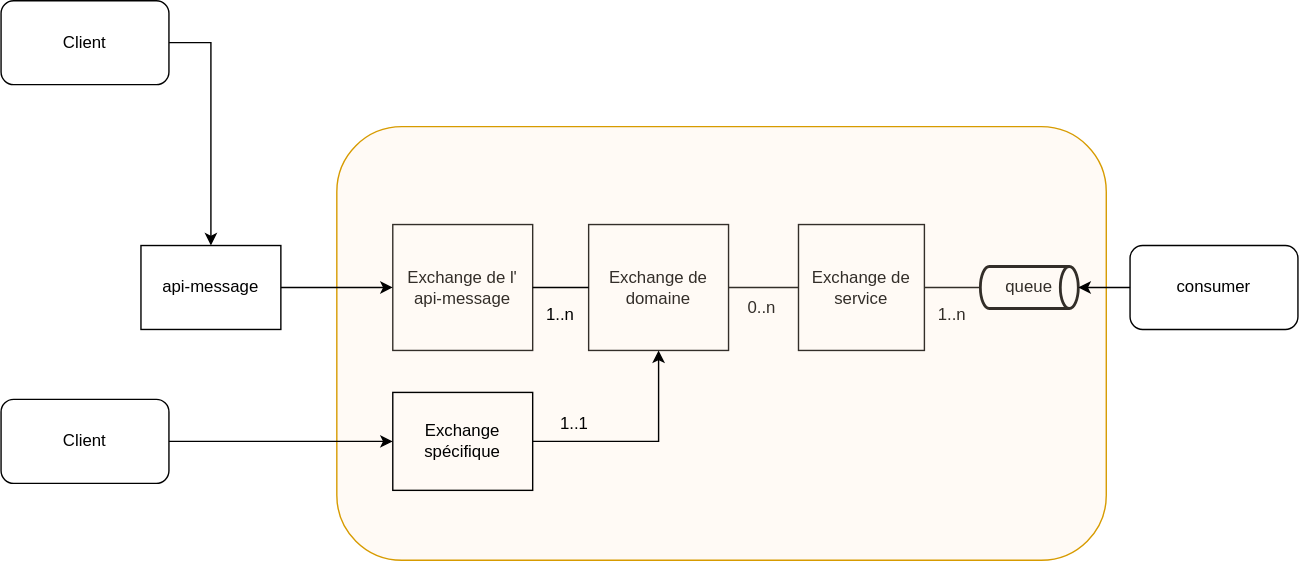
Above: drawio/AE.svg in sarraz1/csau (draw.io), before the change. Source tidied: cells renumbered, new cells last; positions are measured from the earlier drawing's top-left corner, leaving out a move shared by most shapes. Its diagram source:
```xml
<mxGraphModel>
  <root>
    <mxCell id="0" />
    <mxCell id="1" parent="0" />
    <mxCell id="2" value="Exchange de service" style="rounded=0;whiteSpace=wrap;html=1;" parent="1" vertex="1">
      <mxGeometry x="570" y="160" width="90" height="90" as="geometry" />
    </mxCell>
    <mxCell id="3" value="Exchange de domaine" style="rounded=0;whiteSpace=wrap;html=1;" parent="1" vertex="1">
      <mxGeometry x="420" y="160" width="100" height="90" as="geometry" />
    </mxCell>
    <mxCell id="4" value="Exchange de l'&lt;div&gt;api-message&lt;/div&gt;" style="rounded=0;whiteSpace=wrap;html=1;" parent="1" vertex="1">
      <mxGeometry x="280" y="160" width="100" height="90" as="geometry" />
    </mxCell>
    <mxCell id="5" style="endArrow=none;html=1;rounded=0;entryX=0;entryY=0.5;entryDx=0;entryDy=0;exitX=1;exitY=0.5;exitDx=0;exitDy=0;" parent="1" edge="1" source="3" target="2">
      <mxGeometry relative="1" as="geometry" />
    </mxCell>
    <mxCell id="6" value="0..n" style="text;html=1;align=center;verticalAlign=middle;whiteSpace=wrap;rounded=0;" parent="1" vertex="1">
      <mxGeometry x="514" y="205" width="60" height="30" as="geometry" />
    </mxCell>
    <mxCell id="7" value="queue" style="strokeWidth=2;html=1;shape=mxgraph.flowchart.direct_data;whiteSpace=wrap;" parent="1" vertex="1">
      <mxGeometry x="700" y="190" width="70" height="30" as="geometry" />
    </mxCell>
    <mxCell id="8" value="1..n" style="text;html=1;align=center;verticalAlign=middle;whiteSpace=wrap;rounded=0;" parent="1" vertex="1">
      <mxGeometry x="650" y="210" width="60" height="30" as="geometry" />
    </mxCell>
    <mxCell id="9" style="endArrow=none;html=1;rounded=0;entryX=0;entryY=0.5;entryDx=0;entryDy=0;entryPerimeter=0;exitX=1;exitY=0.5;exitDx=0;exitDy=0;" parent="1" edge="1" source="2" target="7">
      <mxGeometry relative="1" as="geometry" />
    </mxCell>
    <mxCell id="10" style="rounded=1;whiteSpace=wrap;html=1;fillColor=#ffe6cc;strokeColor=#d79b00;strokeOpacity=100;fillOpacity=20;" parent="1" vertex="1">
      <mxGeometry x="240" y="90" width="550" height="310" as="geometry" />
    </mxCell>
    <mxCell id="11" style="endArrow=none;html=1;rounded=0;exitX=1;exitY=0.5;exitDx=0;exitDy=0;entryX=0;entryY=0.5;entryDx=0;entryDy=0;" parent="1" edge="1" source="4" target="3">
      <mxGeometry relative="1" as="geometry" />
    </mxCell>
    <mxCell id="12" value="1..n" style="text;html=1;align=center;verticalAlign=middle;whiteSpace=wrap;rounded=0;" parent="1" vertex="1">
      <mxGeometry x="370" y="210" width="60" height="30" as="geometry" />
    </mxCell>
    <mxCell id="13" style="edgeStyle=orthogonalEdgeStyle;rounded=0;jettySize=auto;html=1;" parent="1" edge="1" source="14" target="3">
      <mxGeometry relative="1" as="geometry" />
    </mxCell>
    <mxCell id="14" value="Exchange spécifique" style="rounded=0;whiteSpace=wrap;html=1;fillColor=none;" parent="1" vertex="1">
      <mxGeometry x="280" y="280" width="100" height="70" as="geometry" />
    </mxCell>
    <mxCell id="15" style="edgeStyle=orthogonalEdgeStyle;rounded=0;orthogonalLoop=1;jettySize=auto;html=1;exitX=0.5;exitY=1;exitDx=0;exitDy=0;" parent="1" edge="1" source="14" target="14">
      <mxGeometry relative="1" as="geometry" />
    </mxCell>
    <mxCell id="16" style="edgeStyle=orthogonalEdgeStyle;rounded=0;jettySize=auto;html=1;" parent="1" edge="1" source="17" target="4">
      <mxGeometry relative="1" as="geometry" />
    </mxCell>
    <mxCell id="17" value="api-message" style="rounded=0;whiteSpace=wrap;html=1;" parent="1" vertex="1">
      <mxGeometry x="100" y="175" width="100" height="60" as="geometry" />
    </mxCell>
    <mxCell id="18" style="edgeStyle=orthogonalEdgeStyle;rounded=0;jettySize=auto;html=1;exitX=1;exitY=0.5;exitDx=0;exitDy=0;" parent="1" edge="1" source="19" target="17">
      <mxGeometry relative="1" as="geometry" />
    </mxCell>
    <mxCell id="19" value="Client" style="rounded=1;whiteSpace=wrap;html=1;" parent="1" vertex="1">
      <mxGeometry width="120" height="60" as="geometry" />
    </mxCell>
    <mxCell id="20" style="edgeStyle=orthogonalEdgeStyle;rounded=0;jettySize=auto;html=1;exitX=1;exitY=0.5;exitDx=0;exitDy=0;" parent="1" edge="1" source="21" target="14">
      <mxGeometry relative="1" as="geometry" />
    </mxCell>
    <mxCell id="21" value="Client" style="rounded=1;whiteSpace=wrap;html=1;" parent="1" vertex="1">
      <mxGeometry y="285" width="120" height="60" as="geometry" />
    </mxCell>
    <mxCell id="22" value="1..1" style="text;html=1;align=center;verticalAlign=middle;whiteSpace=wrap;rounded=0;" parent="1" vertex="1">
      <mxGeometry x="380" y="290" width="60" height="25" as="geometry" />
    </mxCell>
    <mxCell id="23" value="consumer" style="rounded=1;whiteSpace=wrap;html=1;" parent="1" vertex="1">
      <mxGeometry x="807" y="175" width="120" height="60" as="geometry" />
    </mxCell>
    <mxCell id="24" style="edgeStyle=orthogonalEdgeStyle;rounded=0;jettySize=auto;html=1;entryX=1;entryY=0.5;entryDx=0;entryDy=0;entryPerimeter=0;" parent="1" edge="1" source="23" target="7">
      <mxGeometry relative="1" as="geometry" />
    </mxCell>
  </root>
</mxGraphModel>
```
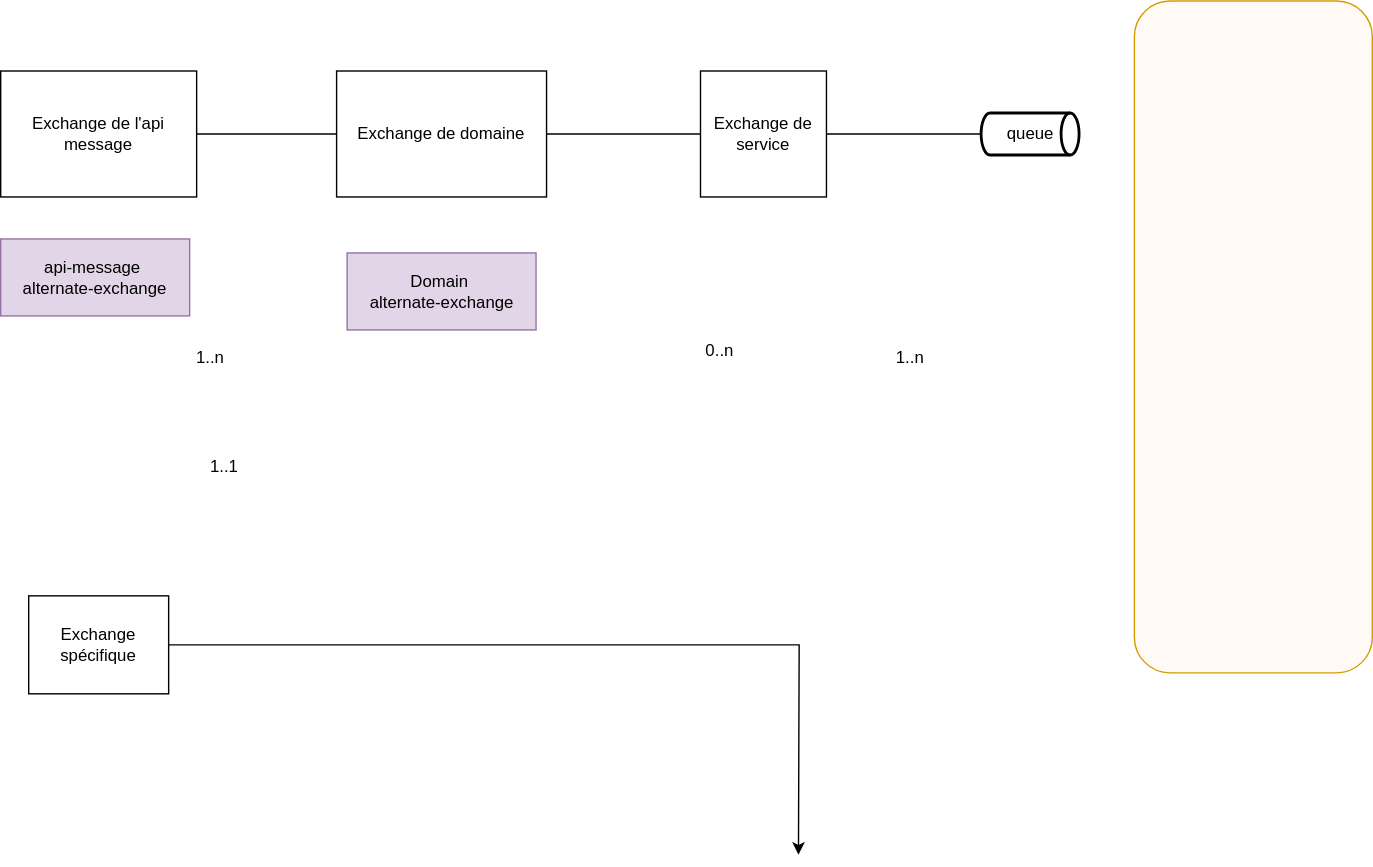
Above is the later version.

Commit message:
Mettre à jour AE.svg

Change to the diagram source:
```diff
@@ -3,73 +3,57 @@
     <mxCell id="0" />
     <mxCell id="1" parent="0" />
     <mxCell id="2" value="Exchange de service" style="rounded=0;whiteSpace=wrap;html=1;" parent="1" vertex="1">
-      <mxGeometry x="570" y="160" width="90" height="90" as="geometry" />
+      <mxGeometry x="750" y="20" width="90" height="90" as="geometry" />
     </mxCell>
     <mxCell id="3" value="Exchange de domaine" style="rounded=0;whiteSpace=wrap;html=1;" parent="1" vertex="1">
-      <mxGeometry x="420" y="160" width="100" height="90" as="geometry" />
+      <mxGeometry x="490" y="20" width="150" height="90" as="geometry" />
     </mxCell>
-    <mxCell id="4" value="Exchange de l'&lt;div&gt;api-message&lt;/div&gt;" style="rounded=0;whiteSpace=wrap;html=1;" parent="1" vertex="1">
-      <mxGeometry x="280" y="160" width="100" height="90" as="geometry" />
+    <mxCell id="4" value="&lt;div&gt;&lt;span style=&quot;background-color: transparent; color: light-dark(rgb(0, 0, 0), rgb(255, 255, 255));&quot;&gt;api-message&amp;nbsp;&lt;/span&gt;&lt;/div&gt;&lt;div&gt;&lt;span style=&quot;background-color: transparent; color: light-dark(rgb(0, 0, 0), rgb(255, 255, 255));&quot;&gt;alternate-exchange&lt;/span&gt;&lt;/div&gt;" style="rounded=0;whiteSpace=wrap;html=1;fillColor=#e1d5e7;strokeColor=#9673a6;" parent="1" vertex="1">
+      <mxGeometry x="250" y="140" width="135" height="55" as="geometry" />
     </mxCell>
     <mxCell id="5" style="endArrow=none;html=1;rounded=0;entryX=0;entryY=0.5;entryDx=0;entryDy=0;exitX=1;exitY=0.5;exitDx=0;exitDy=0;" parent="1" edge="1" source="3" target="2">
       <mxGeometry relative="1" as="geometry" />
     </mxCell>
     <mxCell id="6" value="0..n" style="text;html=1;align=center;verticalAlign=middle;whiteSpace=wrap;rounded=0;" parent="1" vertex="1">
-      <mxGeometry x="514" y="205" width="60" height="30" as="geometry" />
+      <mxGeometry x="734" y="205" width="60" height="30" as="geometry" />
     </mxCell>
     <mxCell id="7" value="queue" style="strokeWidth=2;html=1;shape=mxgraph.flowchart.direct_data;whiteSpace=wrap;" parent="1" vertex="1">
-      <mxGeometry x="700" y="190" width="70" height="30" as="geometry" />
+      <mxGeometry x="950.5" y="50" width="70" height="30" as="geometry" />
     </mxCell>
     <mxCell id="8" value="1..n" style="text;html=1;align=center;verticalAlign=middle;whiteSpace=wrap;rounded=0;" parent="1" vertex="1">
-      <mxGeometry x="650" y="210" width="60" height="30" as="geometry" />
+      <mxGeometry x="870" y="210" width="60" height="30" as="geometry" />
     </mxCell>
     <mxCell id="9" style="endArrow=none;html=1;rounded=0;entryX=0;entryY=0.5;entryDx=0;entryDy=0;entryPerimeter=0;exitX=1;exitY=0.5;exitDx=0;exitDy=0;" parent="1" edge="1" source="2" target="7">
       <mxGeometry relative="1" as="geometry" />
     </mxCell>
     <mxCell id="10" style="rounded=1;whiteSpace=wrap;html=1;fillColor=#ffe6cc;strokeColor=#d79b00;strokeOpacity=100;fillOpacity=20;" parent="1" vertex="1">
-      <mxGeometry x="240" y="90" width="550" height="310" as="geometry" />
+      <mxGeometry x="1060" y="-30" width="170" height="480" as="geometry" />
     </mxCell>
-    <mxCell id="11" style="endArrow=none;html=1;rounded=0;exitX=1;exitY=0.5;exitDx=0;exitDy=0;entryX=0;entryY=0.5;entryDx=0;entryDy=0;" parent="1" edge="1" source="4" target="3">
-      <mxGeometry relative="1" as="geometry" />
-    </mxCell>
     <mxCell id="12" value="1..n" style="text;html=1;align=center;verticalAlign=middle;whiteSpace=wrap;rounded=0;" parent="1" vertex="1">
       <mxGeometry x="370" y="210" width="60" height="30" as="geometry" />
     </mxCell>
-    <mxCell id="13" style="edgeStyle=orthogonalEdgeStyle;rounded=0;jettySize=auto;html=1;" parent="1" edge="1" source="14" target="3">
-      <mxGeometry relative="1" as="geometry" />
+    <mxCell id="13" style="edgeStyle=orthogonalEdgeStyle;rounded=0;jettySize=auto;html=1;" parent="1" edge="1" source="14">
+      <mxGeometry relative="1" as="geometry">
+        <mxPoint x="820" y="580" as="targetPoint" />
+      </mxGeometry>
     </mxCell>
     <mxCell id="14" value="Exchange spécifique" style="rounded=0;whiteSpace=wrap;html=1;fillColor=none;" parent="1" vertex="1">
-      <mxGeometry x="280" y="280" width="100" height="70" as="geometry" />
+      <mxGeometry x="270" y="395" width="100" height="70" as="geometry" />
     </mxCell>
     <mxCell id="15" style="edgeStyle=orthogonalEdgeStyle;rounded=0;orthogonalLoop=1;jettySize=auto;html=1;exitX=0.5;exitY=1;exitDx=0;exitDy=0;" parent="1" edge="1" source="14" target="14">
       <mxGeometry relative="1" as="geometry" />
     </mxCell>
-    <mxCell id="16" style="edgeStyle=orthogonalEdgeStyle;rounded=0;jettySize=auto;html=1;" parent="1" edge="1" source="17" target="4">
-      <mxGeometry relative="1" as="geometry" />
-    </mxCell>
-    <mxCell id="17" value="api-message" style="rounded=0;whiteSpace=wrap;html=1;" parent="1" vertex="1">
-      <mxGeometry x="100" y="175" width="100" height="60" as="geometry" />
-    </mxCell>
-    <mxCell id="18" style="edgeStyle=orthogonalEdgeStyle;rounded=0;jettySize=auto;html=1;exitX=1;exitY=0.5;exitDx=0;exitDy=0;" parent="1" edge="1" source="19" target="17">
-      <mxGeometry relative="1" as="geometry" />
-    </mxCell>
-    <mxCell id="19" value="Client" style="rounded=1;whiteSpace=wrap;html=1;" parent="1" vertex="1">
-      <mxGeometry width="120" height="60" as="geometry" />
-    </mxCell>
-    <mxCell id="20" style="edgeStyle=orthogonalEdgeStyle;rounded=0;jettySize=auto;html=1;exitX=1;exitY=0.5;exitDx=0;exitDy=0;" parent="1" edge="1" source="21" target="14">
-      <mxGeometry relative="1" as="geometry" />
-    </mxCell>
-    <mxCell id="21" value="Client" style="rounded=1;whiteSpace=wrap;html=1;" parent="1" vertex="1">
-      <mxGeometry y="285" width="120" height="60" as="geometry" />
-    </mxCell>
     <mxCell id="22" value="1..1" style="text;html=1;align=center;verticalAlign=middle;whiteSpace=wrap;rounded=0;" parent="1" vertex="1">
       <mxGeometry x="380" y="290" width="60" height="25" as="geometry" />
     </mxCell>
-    <mxCell id="23" value="consumer" style="rounded=1;whiteSpace=wrap;html=1;" parent="1" vertex="1">
-      <mxGeometry x="807" y="175" width="120" height="60" as="geometry" />
-    </mxCell>
-    <mxCell id="24" style="edgeStyle=orthogonalEdgeStyle;rounded=0;jettySize=auto;html=1;entryX=1;entryY=0.5;entryDx=0;entryDy=0;entryPerimeter=0;" parent="1" edge="1" source="23" target="7">
-      <mxGeometry relative="1" as="geometry" />
-    </mxCell>
+    <mxCell id="25" value="Exchange de l'api message" style="rounded=0;whiteSpace=wrap;html=1;" parent="1" vertex="1">
+      <mxGeometry x="250" y="20" width="140" height="90" as="geometry" />
+    </mxCell>
+    <mxCell id="26" style="endArrow=none;html=1;rounded=0;entryX=0;entryY=0.5;entryDx=0;entryDy=0;exitX=1;exitY=0.5;exitDx=0;exitDy=0;" parent="1" edge="1" source="25" target="3">
+      <mxGeometry relative="1" as="geometry" />
+    </mxCell>
+    <mxCell id="27" value="&lt;div&gt;Domain&amp;nbsp;&lt;/div&gt;&lt;div&gt;alternate-exchange&lt;/div&gt;" style="rounded=0;whiteSpace=wrap;html=1;fillColor=#e1d5e7;strokeColor=#9673a6;" parent="1" vertex="1">
+      <mxGeometry x="497.5" y="150" width="135" height="55" as="geometry" />
+    </mxCell>
   </root>
 </mxGraphModel>
```
